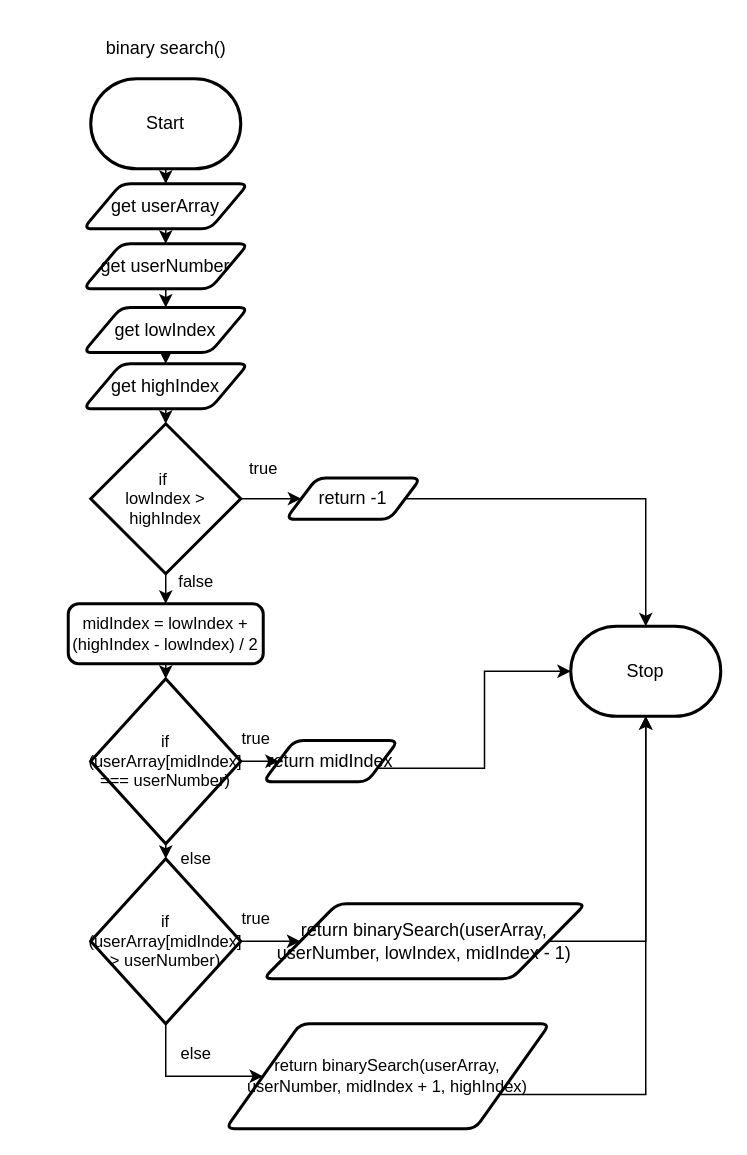
This is 3-4/design/flowchart.drawio from jakub-malhotra/ICS4U-Unit-3, a draw.io file, before an edit. Source tidied: cells renumbered, new cells numbered last; positions are measured from the earlier drawing's top-left corner, leaving out a move shared by most shapes. Both pictures are drawn from the tidied source at 150%, with x=0, y=0 at pixel (68, 26).
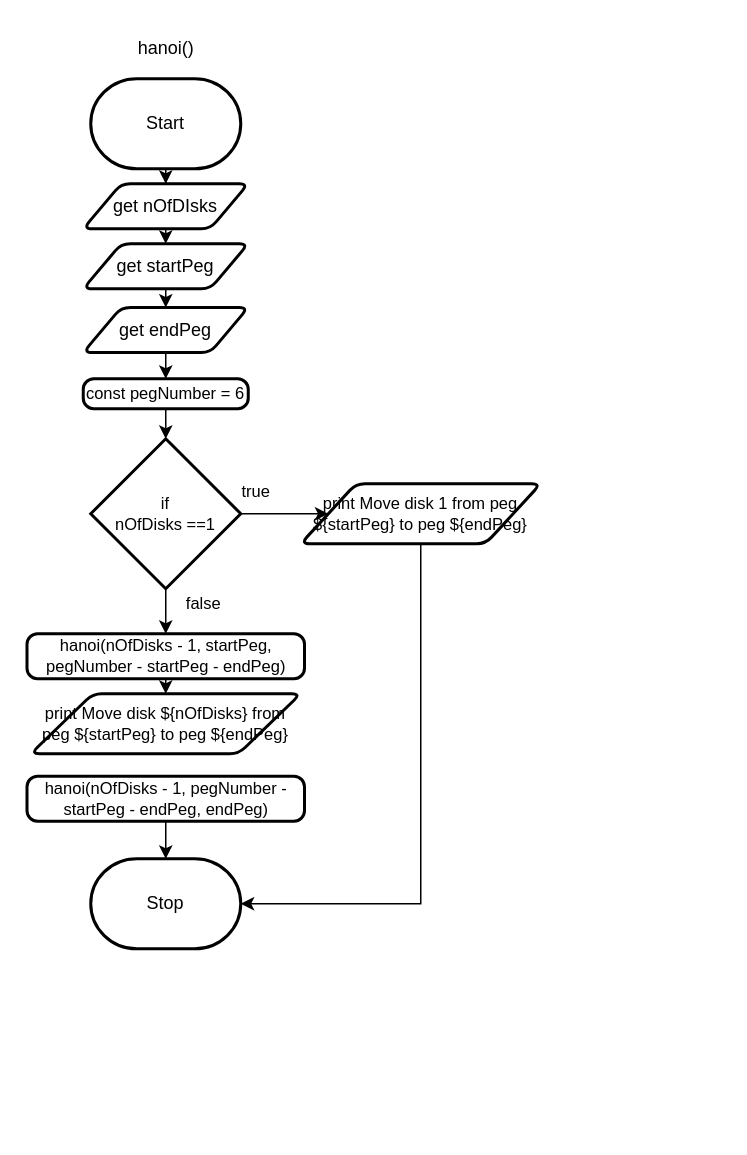
Above is the later version.

Commit message (it also covers changes not shown here):
3-4 design complete

The edit, as a diff of the source:
```diff
@@
     <mxCell id="4" value="Stop" style="strokeWidth=2;html=1;shape=mxgraph.flowchart.terminator;whiteSpace=wrap;" parent="1" vertex="1">
-      <mxGeometry x="335" y="400" width="100" height="60" as="geometry" />
+      <mxGeometry x="15" y="555" width="100" height="60" as="geometry" />
     </mxCell>
@@
-    <mxCell id="6" value="get userArray" style="shape=parallelogram;html=1;strokeWidth=2;perimeter=parallelogramPerimeter;whiteSpace=wrap;rounded=1;arcSize=12;size=0.23;" parent="1" vertex="1">
+    <mxCell id="6" value="get nOfDIsks" style="shape=parallelogram;html=1;strokeWidth=2;perimeter=parallelogramPerimeter;whiteSpace=wrap;rounded=1;arcSize=12;size=0.23;" parent="1" vertex="1">
       <mxGeometry x="10" y="105" width="110" height="30" as="geometry" />
     </mxCell>
-    <mxCell id="7" value="binary search()" style="text;html=1;align=center;verticalAlign=middle;strokeColor=none;fillColor=none;" parent="1" vertex="1">
-      <mxGeometry x="10" width="110" height="30" as="geometry" />
+    <mxCell id="7" value="hanoi()" style="text;html=1;align=center;verticalAlign=middle;strokeColor=none;fillColor=none;" parent="1" vertex="1">
+      <mxGeometry x="35" width="60" height="30" as="geometry" />
     </mxCell>
-    <mxCell id="8" style="edgeStyle=orthogonalEdgeStyle;shape=connector;rounded=0;html=1;exitX=1;exitY=0.5;exitDx=0;exitDy=0;entryX=0.5;entryY=0;entryDx=0;entryDy=0;entryPerimeter=0;labelBackgroundColor=default;strokeColor=default;fontFamily=Helvetica;fontSize=11;fontColor=default;endArrow=classic;" parent="1" edge="1" source="9" target="4">
-      <mxGeometry relative="1" as="geometry" />
-    </mxCell>
-    <mxCell id="9" value="return -1" style="shape=parallelogram;html=1;strokeWidth=2;perimeter=parallelogramPerimeter;whiteSpace=wrap;rounded=1;arcSize=12;size=0.23;strokeColor=default;fontFamily=Helvetica;fontSize=12;fontColor=default;fillColor=default;" parent="1" vertex="1">
-      <mxGeometry x="145" y="301.2" width="90" height="27.5" as="geometry" />
-    </mxCell>
@@
-    <mxCell id="11" value="get userNumber" style="shape=parallelogram;html=1;strokeWidth=2;perimeter=parallelogramPerimeter;whiteSpace=wrap;rounded=1;arcSize=12;size=0.23;" parent="1" vertex="1">
+    <mxCell id="11" value="get startPeg" style="shape=parallelogram;html=1;strokeWidth=2;perimeter=parallelogramPerimeter;whiteSpace=wrap;rounded=1;arcSize=12;size=0.23;" parent="1" vertex="1">
       <mxGeometry x="10" y="145" width="110" height="30" as="geometry" />
     </mxCell>
-    <mxCell id="12" style="edgeStyle=orthogonalEdgeStyle;shape=connector;rounded=0;html=1;exitX=0.5;exitY=1;exitDx=0;exitDy=0;entryX=0.5;entryY=0;entryDx=0;entryDy=0;labelBackgroundColor=default;strokeColor=default;fontFamily=Helvetica;fontSize=11;fontColor=default;endArrow=classic;" parent="1" edge="1" source="13" target="15">
-      <mxGeometry relative="1" as="geometry" />
-    </mxCell>
+    <mxCell id="39" style="edgeStyle=orthogonalEdgeStyle;shape=connector;rounded=0;html=1;exitX=0.5;exitY=1;exitDx=0;exitDy=0;entryX=0.5;entryY=0;entryDx=0;entryDy=0;labelBackgroundColor=default;strokeColor=default;fontFamily=Helvetica;fontSize=11;fontColor=default;endArrow=classic;" parent="1" edge="1" source="13" target="36">
+      <mxGeometry relative="1" as="geometry" />
+    </mxCell>
-    <mxCell id="13" value="get lowIndex" style="shape=parallelogram;html=1;strokeWidth=2;perimeter=parallelogramPerimeter;whiteSpace=wrap;rounded=1;arcSize=12;size=0.23;" parent="1" vertex="1">
+    <mxCell id="13" value="get endPeg" style="shape=parallelogram;html=1;strokeWidth=2;perimeter=parallelogramPerimeter;whiteSpace=wrap;rounded=1;arcSize=12;size=0.23;" parent="1" vertex="1">
       <mxGeometry x="10" y="187.5" width="110" height="30" as="geometry" />
     </mxCell>
-    <mxCell id="14" style="edgeStyle=orthogonalEdgeStyle;shape=connector;rounded=0;html=1;exitX=0.5;exitY=1;exitDx=0;exitDy=0;entryX=0.5;entryY=0;entryDx=0;entryDy=0;entryPerimeter=0;labelBackgroundColor=default;strokeColor=default;fontFamily=Helvetica;fontSize=11;fontColor=default;endArrow=classic;" parent="1" edge="1" source="15" target="18">
-      <mxGeometry relative="1" as="geometry" />
-    </mxCell>
-    <mxCell id="15" value="get highIndex" style="shape=parallelogram;html=1;strokeWidth=2;perimeter=parallelogramPerimeter;whiteSpace=wrap;rounded=1;arcSize=12;size=0.23;" parent="1" vertex="1">
-      <mxGeometry x="10" y="225" width="110" height="30" as="geometry" />
-    </mxCell>
-    <mxCell id="16" style="edgeStyle=orthogonalEdgeStyle;shape=connector;rounded=0;html=1;exitX=1;exitY=0.5;exitDx=0;exitDy=0;exitPerimeter=0;entryX=0;entryY=0.5;entryDx=0;entryDy=0;labelBackgroundColor=default;strokeColor=default;fontFamily=Helvetica;fontSize=11;fontColor=default;endArrow=classic;" parent="1" edge="1" source="18" target="9">
-      <mxGeometry relative="1" as="geometry" />
-    </mxCell>
-    <mxCell id="17" style="edgeStyle=orthogonalEdgeStyle;shape=connector;rounded=0;html=1;exitX=0.5;exitY=1;exitDx=0;exitDy=0;exitPerimeter=0;labelBackgroundColor=default;strokeColor=default;fontFamily=Helvetica;fontSize=11;fontColor=default;endArrow=classic;" parent="1" edge="1" source="18" target="21">
-      <mxGeometry relative="1" as="geometry" />
-    </mxCell>
-    <mxCell id="18" value="if&amp;nbsp;&lt;br&gt;lowIndex &amp;gt; highIndex" style="strokeWidth=2;html=1;shape=mxgraph.flowchart.decision;whiteSpace=wrap;fontFamily=Helvetica;fontSize=11;fontColor=default;" parent="1" vertex="1">
-      <mxGeometry x="15" y="265" width="100" height="100" as="geometry" />
-    </mxCell>
-    <mxCell id="19" value="true" style="text;html=1;align=center;verticalAlign=middle;strokeColor=none;fillColor=none;fontSize=11;fontFamily=Helvetica;fontColor=default;" parent="1" vertex="1">
-      <mxGeometry x="110" y="280" width="40" height="30" as="geometry" />
-    </mxCell>
-    <mxCell id="20" style="edgeStyle=orthogonalEdgeStyle;shape=connector;rounded=0;html=1;exitX=0.5;exitY=1;exitDx=0;exitDy=0;entryX=0.5;entryY=0;entryDx=0;entryDy=0;entryPerimeter=0;labelBackgroundColor=default;strokeColor=default;fontFamily=Helvetica;fontSize=11;fontColor=default;endArrow=classic;" parent="1" edge="1" source="21" target="25">
-      <mxGeometry relative="1" as="geometry" />
-    </mxCell>
-    <mxCell id="21" value="midIndex = lowIndex + (highIndex - lowIndex) / 2" style="rounded=1;whiteSpace=wrap;html=1;absoluteArcSize=1;arcSize=14;strokeWidth=2;fontFamily=Helvetica;fontSize=11;fontColor=default;" parent="1" vertex="1">
-      <mxGeometry y="385" width="130" height="40" as="geometry" />
-    </mxCell>
+    <mxCell id="40" style="edgeStyle=orthogonalEdgeStyle;shape=connector;rounded=0;html=1;exitX=0.5;exitY=1;exitDx=0;exitDy=0;entryX=0.5;entryY=0;entryDx=0;entryDy=0;entryPerimeter=0;labelBackgroundColor=default;strokeColor=default;fontFamily=Helvetica;fontSize=11;fontColor=default;endArrow=classic;" parent="1" edge="1" source="36" target="43">
+      <mxGeometry relative="1" as="geometry" />
+    </mxCell>
+    <mxCell id="36" value="const pegNumber = 6" style="rounded=1;whiteSpace=wrap;html=1;absoluteArcSize=1;arcSize=14;strokeWidth=2;fontFamily=Helvetica;fontSize=11;fontColor=default;" parent="1" vertex="1">
+      <mxGeometry x="10" y="235" width="110" height="20" as="geometry" />
+    </mxCell>
+    <mxCell id="41" style="edgeStyle=orthogonalEdgeStyle;shape=connector;rounded=0;html=1;exitX=1;exitY=0.5;exitDx=0;exitDy=0;exitPerimeter=0;labelBackgroundColor=default;strokeColor=default;fontFamily=Helvetica;fontSize=11;fontColor=default;endArrow=classic;" parent="1" edge="1" source="43" target="45">
+      <mxGeometry relative="1" as="geometry" />
+    </mxCell>
+    <mxCell id="42" style="edgeStyle=orthogonalEdgeStyle;shape=connector;rounded=0;html=1;exitX=0.5;exitY=1;exitDx=0;exitDy=0;exitPerimeter=0;entryX=0.5;entryY=0;entryDx=0;entryDy=0;labelBackgroundColor=default;strokeColor=default;fontFamily=Helvetica;fontSize=11;fontColor=default;endArrow=classic;" parent="1" edge="1" source="43" target="48">
+      <mxGeometry relative="1" as="geometry" />
+    </mxCell>
+    <mxCell id="43" value="if &lt;br&gt;nOfDisks ==1" style="strokeWidth=2;html=1;shape=mxgraph.flowchart.decision;whiteSpace=wrap;fontFamily=Helvetica;fontSize=11;fontColor=default;" parent="1" vertex="1">
+      <mxGeometry x="15" y="275" width="100" height="100" as="geometry" />
+    </mxCell>
+    <mxCell id="44" style="edgeStyle=orthogonalEdgeStyle;shape=connector;rounded=0;html=1;exitX=0.5;exitY=1;exitDx=0;exitDy=0;entryX=1;entryY=0.5;entryDx=0;entryDy=0;entryPerimeter=0;labelBackgroundColor=default;strokeColor=default;fontFamily=Helvetica;fontSize=11;fontColor=default;endArrow=classic;" parent="1" edge="1" source="45" target="4">
+      <mxGeometry relative="1" as="geometry" />
+    </mxCell>
+    <mxCell id="45" value="print&amp;nbsp;Move disk 1 from peg ${startPeg} to peg ${endPeg}" style="shape=parallelogram;html=1;strokeWidth=2;perimeter=parallelogramPerimeter;whiteSpace=wrap;rounded=1;arcSize=12;size=0.23;fontFamily=Helvetica;fontSize=11;fontColor=default;" parent="1" vertex="1">
+      <mxGeometry x="155" y="305" width="160" height="40" as="geometry" />
+    </mxCell>
+    <mxCell id="46" value="true" style="text;html=1;align=center;verticalAlign=middle;strokeColor=none;fillColor=none;fontSize=11;fontFamily=Helvetica;fontColor=default;" parent="1" vertex="1">
+      <mxGeometry x="105" y="295" width="40" height="30" as="geometry" />
+    </mxCell>
+    <mxCell id="47" style="edgeStyle=orthogonalEdgeStyle;shape=connector;rounded=0;html=1;exitX=0.5;exitY=1;exitDx=0;exitDy=0;entryX=0.5;entryY=0;entryDx=0;entryDy=0;labelBackgroundColor=default;strokeColor=default;fontFamily=Helvetica;fontSize=11;fontColor=default;endArrow=classic;" parent="1" edge="1" source="48" target="49">
+      <mxGeometry relative="1" as="geometry" />
+    </mxCell>
+    <mxCell id="48" value="hanoi(nOfDisks - 1, startPeg, pegNumber - startPeg - endPeg)" style="rounded=1;whiteSpace=wrap;html=1;absoluteArcSize=1;arcSize=14;strokeWidth=2;fontFamily=Helvetica;fontSize=11;fontColor=default;" parent="1" vertex="1">
+      <mxGeometry x="-27.5" y="405" width="185" height="30" as="geometry" />
+    </mxCell>
     <mxCell id="22" value="false" style="text;html=1;align=center;verticalAlign=middle;strokeColor=none;fillColor=none;fontSize=11;fontFamily=Helvetica;fontColor=default;" parent="1" vertex="1">
-      <mxGeometry x="60" y="355" width="50" height="30" as="geometry" />
+      <mxGeometry x="65" y="370" width="50" height="30" as="geometry" />
     </mxCell>
-    <mxCell id="23" style="edgeStyle=orthogonalEdgeStyle;shape=connector;rounded=0;html=1;exitX=1;exitY=0.5;exitDx=0;exitDy=0;exitPerimeter=0;entryX=0;entryY=0.5;entryDx=0;entryDy=0;labelBackgroundColor=default;strokeColor=default;fontFamily=Helvetica;fontSize=11;fontColor=default;endArrow=classic;" parent="1" edge="1" source="25" target="27">
-      <mxGeometry relative="1" as="geometry" />
-    </mxCell>
-    <mxCell id="24" style="edgeStyle=orthogonalEdgeStyle;shape=connector;rounded=0;html=1;exitX=0.5;exitY=1;exitDx=0;exitDy=0;exitPerimeter=0;entryX=0.5;entryY=0;entryDx=0;entryDy=0;entryPerimeter=0;labelBackgroundColor=default;strokeColor=default;fontFamily=Helvetica;fontSize=11;fontColor=default;endArrow=classic;" parent="1" edge="1" source="25" target="31">
-      <mxGeometry relative="1" as="geometry" />
-    </mxCell>
-    <mxCell id="25" value="if (userArray[midIndex] === userNumber)" style="strokeWidth=2;html=1;shape=mxgraph.flowchart.decision;whiteSpace=wrap;fontFamily=Helvetica;fontSize=11;fontColor=default;" parent="1" vertex="1">
-      <mxGeometry x="15" y="435" width="100" height="110" as="geometry" />
-    </mxCell>
-    <mxCell id="26" style="edgeStyle=orthogonalEdgeStyle;shape=connector;rounded=0;html=1;exitX=1;exitY=0.75;exitDx=0;exitDy=0;entryX=0;entryY=0.5;entryDx=0;entryDy=0;entryPerimeter=0;labelBackgroundColor=default;strokeColor=default;fontFamily=Helvetica;fontSize=11;fontColor=default;endArrow=classic;" parent="1" edge="1" source="27" target="4">
-      <mxGeometry relative="1" as="geometry" />
-    </mxCell>
-    <mxCell id="27" value="return midIndex" style="shape=parallelogram;html=1;strokeWidth=2;perimeter=parallelogramPerimeter;whiteSpace=wrap;rounded=1;arcSize=12;size=0.23;strokeColor=default;fontFamily=Helvetica;fontSize=12;fontColor=default;fillColor=default;" parent="1" vertex="1">
-      <mxGeometry x="130" y="476.2" width="90" height="27.5" as="geometry" />
-    </mxCell>
-    <mxCell id="28" value="true" style="text;html=1;align=center;verticalAlign=middle;strokeColor=none;fillColor=none;fontSize=11;fontFamily=Helvetica;fontColor=default;" parent="1" vertex="1">
-      <mxGeometry x="105" y="460" width="40" height="30" as="geometry" />
-    </mxCell>
-    <mxCell id="29" style="edgeStyle=orthogonalEdgeStyle;shape=connector;rounded=0;html=1;exitX=1;exitY=0.5;exitDx=0;exitDy=0;exitPerimeter=0;entryX=0;entryY=0.5;entryDx=0;entryDy=0;labelBackgroundColor=default;strokeColor=default;fontFamily=Helvetica;fontSize=11;fontColor=default;endArrow=classic;" parent="1" edge="1" source="31" target="34">
-      <mxGeometry relative="1" as="geometry" />
-    </mxCell>
-    <mxCell id="30" style="edgeStyle=orthogonalEdgeStyle;shape=connector;rounded=0;html=1;exitX=0.5;exitY=1;exitDx=0;exitDy=0;exitPerimeter=0;entryX=0;entryY=0.5;entryDx=0;entryDy=0;labelBackgroundColor=default;strokeColor=default;fontFamily=Helvetica;fontSize=11;fontColor=default;endArrow=classic;" parent="1" edge="1" source="31" target="37">
-      <mxGeometry relative="1" as="geometry">
-        <Array as="points">
-          <mxPoint x="65" y="700" />
-        </Array>
-      </mxGeometry>
-    </mxCell>
-    <mxCell id="31" value="if (userArray[midIndex] &amp;gt; userNumber)" style="strokeWidth=2;html=1;shape=mxgraph.flowchart.decision;whiteSpace=wrap;fontFamily=Helvetica;fontSize=11;fontColor=default;" parent="1" vertex="1">
-      <mxGeometry x="15" y="555" width="100" height="110" as="geometry" />
-    </mxCell>
-    <mxCell id="32" value="else" style="text;html=1;align=center;verticalAlign=middle;strokeColor=none;fillColor=none;fontSize=11;fontFamily=Helvetica;fontColor=default;" parent="1" vertex="1">
-      <mxGeometry x="65" y="540" width="40" height="30" as="geometry" />
-    </mxCell>
-    <mxCell id="33" style="edgeStyle=orthogonalEdgeStyle;shape=connector;rounded=0;html=1;exitX=1;exitY=0.5;exitDx=0;exitDy=0;entryX=0.5;entryY=1;entryDx=0;entryDy=0;entryPerimeter=0;labelBackgroundColor=default;strokeColor=default;fontFamily=Helvetica;fontSize=11;fontColor=default;endArrow=classic;" parent="1" edge="1" source="34" target="4">
-      <mxGeometry relative="1" as="geometry">
-        <Array as="points">
-          <mxPoint x="385" y="610" />
-        </Array>
-      </mxGeometry>
-    </mxCell>
-    <mxCell id="34" value="return binarySearch(userArray, userNumber, lowIndex, midIndex - 1)" style="shape=parallelogram;html=1;strokeWidth=2;perimeter=parallelogramPerimeter;whiteSpace=wrap;rounded=1;arcSize=12;size=0.23;strokeColor=default;fontFamily=Helvetica;fontSize=12;fontColor=default;fillColor=default;" parent="1" vertex="1">
-      <mxGeometry x="130" y="585" width="215" height="50" as="geometry" />
-    </mxCell>
-    <mxCell id="35" value="true" style="text;html=1;align=center;verticalAlign=middle;strokeColor=none;fillColor=none;fontSize=11;fontFamily=Helvetica;fontColor=default;" parent="1" vertex="1">
-      <mxGeometry x="105" y="580" width="40" height="30" as="geometry" />
-    </mxCell>
-    <mxCell id="36" style="edgeStyle=orthogonalEdgeStyle;shape=connector;rounded=0;html=1;exitX=1;exitY=0.75;exitDx=0;exitDy=0;entryX=0.5;entryY=1;entryDx=0;entryDy=0;entryPerimeter=0;labelBackgroundColor=default;strokeColor=default;fontFamily=Helvetica;fontSize=11;fontColor=default;endArrow=classic;" parent="1" edge="1" source="37" target="4">
-      <mxGeometry relative="1" as="geometry" />
-    </mxCell>
-    <mxCell id="37" value="return binarySearch(userArray, userNumber, midIndex + 1, highIndex)" style="shape=parallelogram;html=1;strokeWidth=2;perimeter=parallelogramPerimeter;whiteSpace=wrap;rounded=1;arcSize=12;size=0.23;fontFamily=Helvetica;fontSize=11;fontColor=default;" parent="1" vertex="1">
-      <mxGeometry x="105" y="665" width="216" height="70" as="geometry" />
-    </mxCell>
-    <mxCell id="38" value="else" style="text;html=1;align=center;verticalAlign=middle;strokeColor=none;fillColor=none;fontSize=11;fontFamily=Helvetica;fontColor=default;" parent="1" vertex="1">
-      <mxGeometry x="65" y="670" width="40" height="30" as="geometry" />
-    </mxCell>
+    <mxCell id="49" value="print&amp;nbsp;Move disk ${nOfDisks} from peg ${startPeg} to peg ${endPeg}" style="shape=parallelogram;html=1;strokeWidth=2;perimeter=parallelogramPerimeter;whiteSpace=wrap;rounded=1;arcSize=12;size=0.23;fontFamily=Helvetica;fontSize=11;fontColor=default;" parent="1" vertex="1">
+      <mxGeometry x="-25" y="445" width="180" height="40" as="geometry" />
+    </mxCell>
+    <mxCell id="50" style="edgeStyle=orthogonalEdgeStyle;shape=connector;rounded=0;html=1;exitX=0.5;exitY=1;exitDx=0;exitDy=0;entryX=0.5;entryY=0;entryDx=0;entryDy=0;entryPerimeter=0;labelBackgroundColor=default;strokeColor=default;fontFamily=Helvetica;fontSize=11;fontColor=default;endArrow=classic;" parent="1" edge="1" source="51" target="4">
+      <mxGeometry relative="1" as="geometry" />
+    </mxCell>
+    <mxCell id="51" value="hanoi(nOfDisks - 1, pegNumber - startPeg - endPeg, endPeg)" style="rounded=1;whiteSpace=wrap;html=1;absoluteArcSize=1;arcSize=14;strokeWidth=2;fontFamily=Helvetica;fontSize=11;fontColor=default;" parent="1" vertex="1">
+      <mxGeometry x="-27.5" y="500" width="185" height="30" as="geometry" />
+    </mxCell>
```
